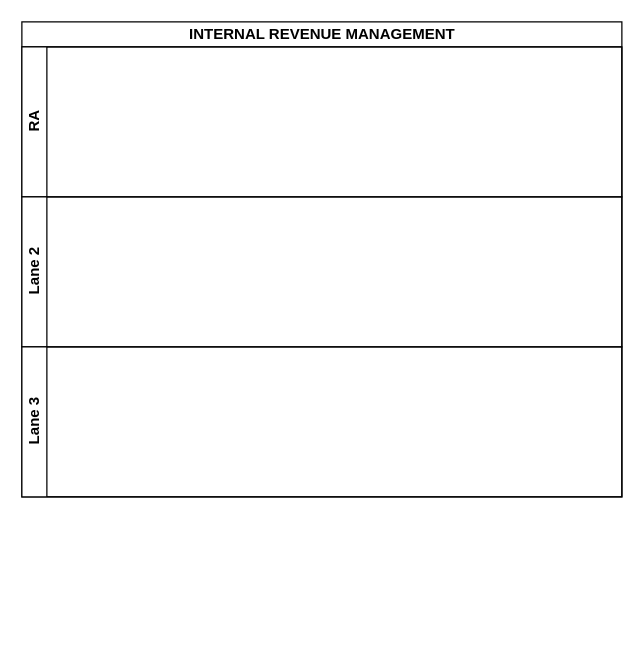
Above: LC-FIN-INTERNAL REVENUE MANAGEMENT PROCESS.drawio in kmagua/flowcharts (draw.io), before the change. Source tidied: cells renumbered, new cells numbered last; positions are measured from the earlier drawing's top-left corner, leaving out a move shared by most shapes. Both pictures are drawn from the tidied source at 125%, with x=0, y=0 at pixel (21, 21).
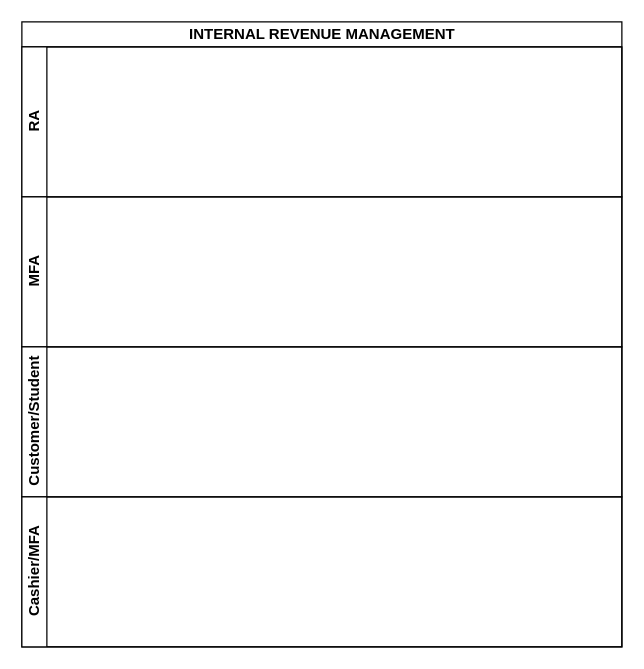
After the change.

What changed in the source:
```diff
@@
 <mxGraphModel>
   <root>
     <mxCell id="0" />
     <mxCell id="1" parent="0" />
     <mxCell id="2" value="INTERNAL REVENUE MANAGEMENT" style="swimlane;html=1;horizontal=1;startSize=20;" parent="1" vertex="1">
-      <mxGeometry width="480" height="380" as="geometry" />
+      <mxGeometry width="480" height="500" as="geometry" />
     </mxCell>
     <mxCell id="3" value="RA" style="swimlane;html=1;startSize=20;horizontal=0;" parent="2" vertex="1">
       <mxGeometry y="20" width="480" height="120" as="geometry" />
     </mxCell>
-    <mxCell id="4" value="Lane 2" style="swimlane;html=1;startSize=20;horizontal=0;" parent="2" vertex="1">
+    <mxCell id="4" value="MFA" style="swimlane;html=1;startSize=20;horizontal=0;" parent="2" vertex="1">
       <mxGeometry y="140" width="480" height="120" as="geometry" />
     </mxCell>
-    <mxCell id="5" value="Lane 3" style="swimlane;html=1;startSize=20;horizontal=0;" parent="2" vertex="1">
+    <mxCell id="5" value="Customer/Student" style="swimlane;html=1;startSize=20;horizontal=0;" parent="2" vertex="1">
       <mxGeometry y="260" width="480" height="120" as="geometry" />
     </mxCell>
+    <mxCell id="6" value="Cashier/MFA" style="swimlane;html=1;startSize=20;horizontal=0;" parent="2" vertex="1">
+      <mxGeometry y="380" width="480" height="120" as="geometry" />
+    </mxCell>
   </root>
 </mxGraphModel>
```
